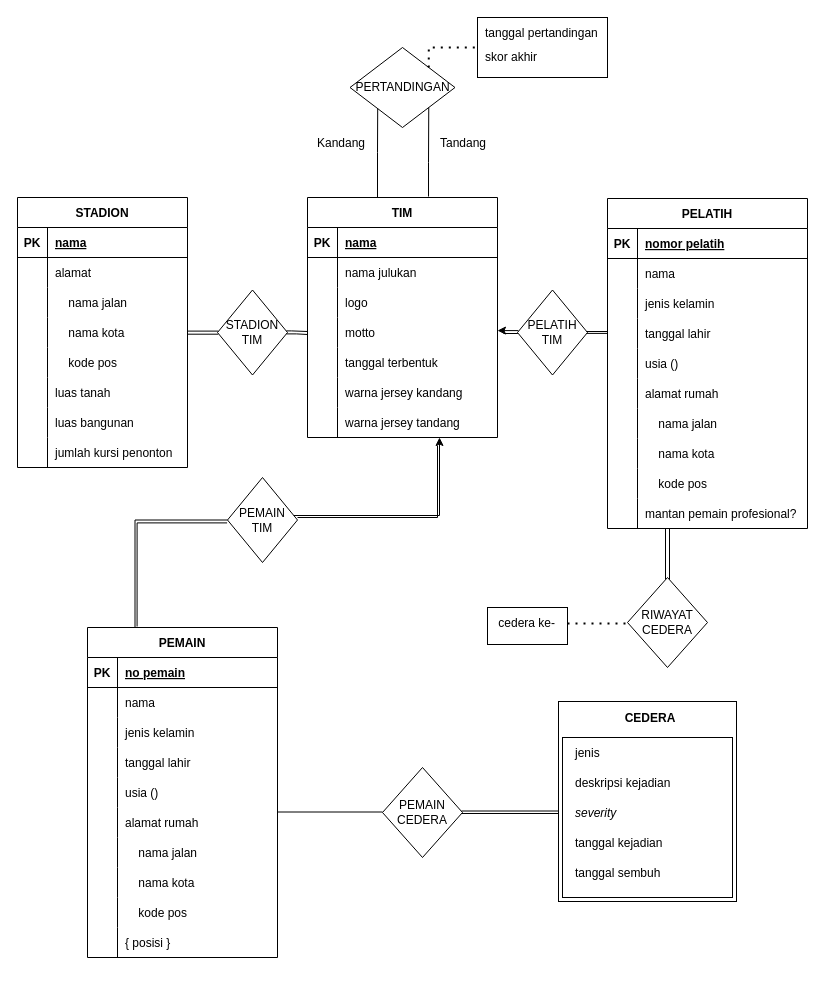
Above: Untitled Diagram.drawio in codfikri/coursera-test (draw.io), before the change. Source tidied: cells renumbered, new cells numbered last; positions are measured from the earlier drawing's top-left corner, leaving out a move shared by most shapes. Both pictures are drawn from the tidied source at 100%, with x=0, y=0 at pixel (17, 17).
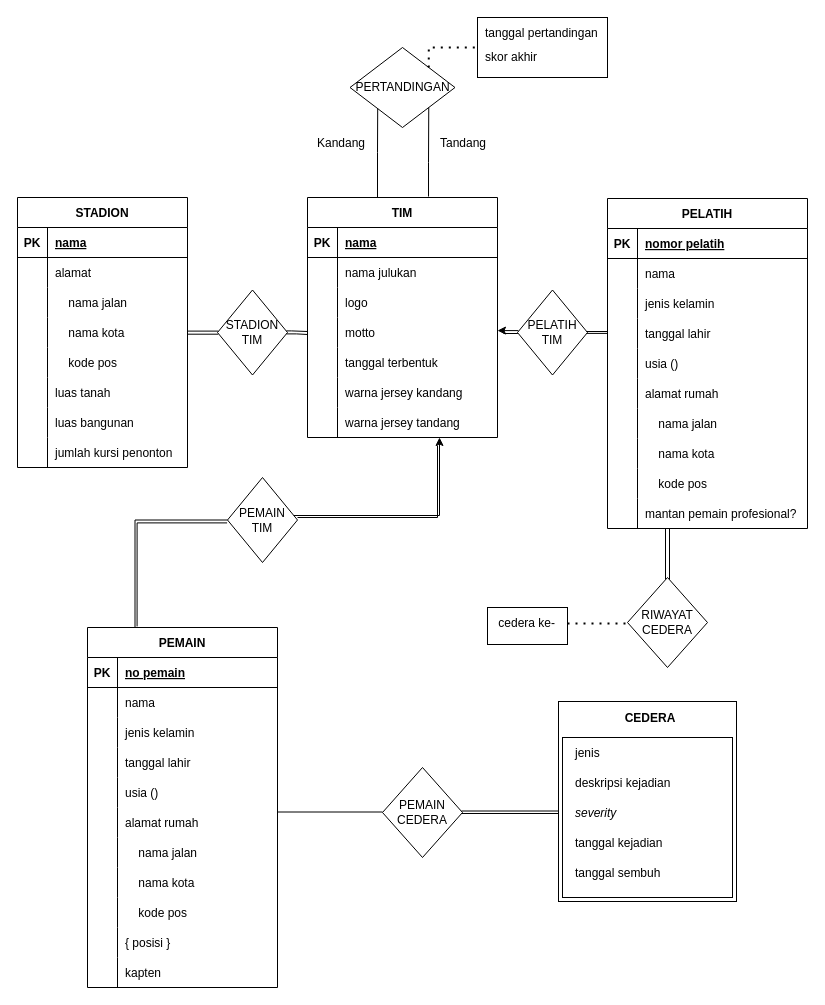
The same diagram, later.

The edit, as a diff of the source:
```diff
@@
     <mxCell id="108" value="PEMAIN" style="shape=table;startSize=30;childLayout=tableLayout;rowLines=0;fontStyle=1;align=center;" parent="1" vertex="1">
-      <mxGeometry x="70" y="610" width="190" height="330" as="geometry" />
+      <mxGeometry x="70" y="610" width="190" height="360" as="geometry" />
     </mxCell>
@@
+    <mxCell id="177" style="shape=partialRectangle;fillColor=none;top=0;left=0;right=0;bottom=0;" parent="108" vertex="1">
+      <mxGeometry y="330" width="190" height="30" as="geometry" />
+    </mxCell>
+    <mxCell id="178" style="shape=partialRectangle;overflow=hidden;fillColor=none;top=0;left=0;bottom=0;right=0;" parent="177" vertex="1">
+      <mxGeometry width="30" height="30" as="geometry" />
+    </mxCell>
+    <mxCell id="179" value="kapten" style="shape=partialRectangle;overflow=hidden;fillColor=none;top=0;left=0;bottom=0;right=0;align=left;spacingLeft=6;" parent="177" vertex="1">
+      <mxGeometry x="30" width="160" height="30" as="geometry" />
+    </mxCell>
```
